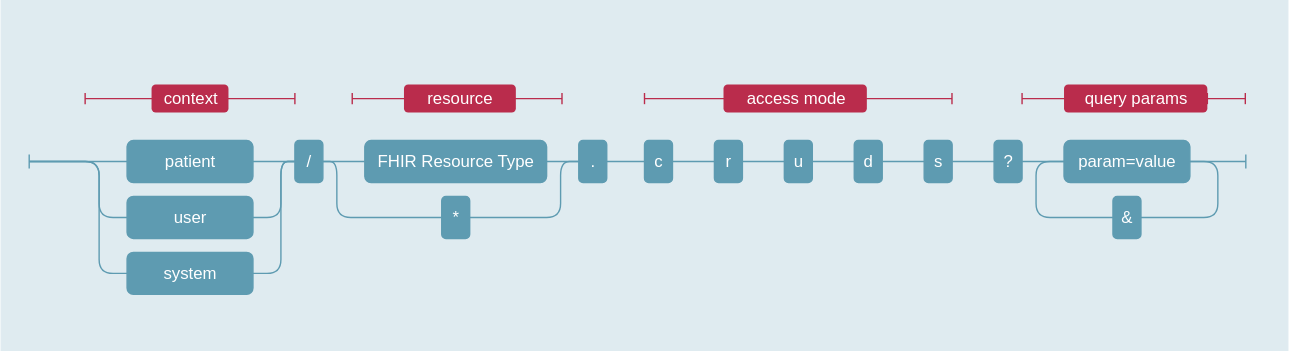
Before: input/images/smart_scopes_structure.svg, a diagram exported from draw.io (gematik/spec-HDDT). Source tidied: cells renumbered, new cells last; positions are measured from the earlier drawing's top-left corner, leaving out a move shared by most shapes. Its diagram source:
```xml
<mxGraphModel>
  <root>
    <mxCell id="0" />
    <mxCell id="1" parent="0" />
    <mxCell id="2" style="rounded=0;whiteSpace=wrap;html=1;fillColor=light-dark(#DFEBF0,#DFEBF0);strokeColor=#DFEBF0;" parent="1" vertex="1">
      <mxGeometry width="920" height="250" as="geometry" />
    </mxCell>
    <mxCell id="3" style="edgeStyle=orthogonalEdgeStyle;rounded=1;jettySize=auto;html=1;exitX=1;exitY=0.5;exitDx=0;exitDy=0;entryX=0;entryY=0.5;entryDx=0;entryDy=0;endArrow=none;endFill=0;strokeColor=#5E9BB1;curved=0;" parent="1" edge="1" source="5" target="14">
      <mxGeometry relative="1" as="geometry" />
    </mxCell>
    <mxCell id="4" style="edgeStyle=orthogonalEdgeStyle;rounded=1;jettySize=auto;html=1;exitX=0;exitY=0.5;exitDx=0;exitDy=0;entryX=1;entryY=0.5;entryDx=0;entryDy=0;endArrow=none;endFill=0;strokeColor=#5E9BB1;curved=0;" parent="1" edge="1" source="5">
      <mxGeometry relative="1" as="geometry">
        <mxPoint x="20" y="115" as="targetPoint" />
      </mxGeometry>
    </mxCell>
    <mxCell id="5" value="patient" style="rounded=1;whiteSpace=wrap;html=1;fillColor=light-dark(#5E9BB1,#5E9BB1);strokeColor=#5E9BB1;fontColor=#FFFFFF;" parent="1" vertex="1">
      <mxGeometry x="90" y="100" width="90" height="30" as="geometry" />
    </mxCell>
    <mxCell id="6" style="edgeStyle=orthogonalEdgeStyle;rounded=1;jettySize=auto;html=1;exitX=0;exitY=0.5;exitDx=0;exitDy=0;entryX=1;entryY=0.5;entryDx=0;entryDy=0;endArrow=none;endFill=0;strokeColor=#5E9BB1;curved=0;" parent="1" edge="1" source="8">
      <mxGeometry relative="1" as="geometry">
        <mxPoint x="20" y="115" as="targetPoint" />
        <Array as="points">
          <mxPoint x="70" y="155" />
          <mxPoint x="70" y="115" />
        </Array>
      </mxGeometry>
    </mxCell>
    <mxCell id="7" style="edgeStyle=orthogonalEdgeStyle;rounded=1;jettySize=auto;html=1;exitX=1;exitY=0.5;exitDx=0;exitDy=0;entryX=0;entryY=0.5;entryDx=0;entryDy=0;endArrow=none;endFill=0;strokeColor=#5E9BB1;curved=0;" parent="1" edge="1" source="8" target="14">
      <mxGeometry relative="1" as="geometry">
        <Array as="points">
          <mxPoint x="200" y="155" />
          <mxPoint x="200" y="115" />
        </Array>
      </mxGeometry>
    </mxCell>
    <mxCell id="8" value="user" style="rounded=1;whiteSpace=wrap;html=1;fillColor=light-dark(#5E9BB1,#5E9BB1);strokeColor=light-dark(#5E9BB1,#5E9BB1);fontColor=#FFFFFF;" parent="1" vertex="1">
      <mxGeometry x="90" y="140" width="90" height="30" as="geometry" />
    </mxCell>
    <mxCell id="9" style="edgeStyle=orthogonalEdgeStyle;rounded=1;jettySize=auto;html=1;exitX=0;exitY=0.5;exitDx=0;exitDy=0;entryX=1;entryY=0.5;entryDx=0;entryDy=0;endArrow=none;endFill=0;strokeColor=#5E9BB1;curved=0;" parent="1" edge="1" source="11">
      <mxGeometry relative="1" as="geometry">
        <mxPoint x="20" y="115" as="targetPoint" />
        <Array as="points">
          <mxPoint x="70" y="195" />
          <mxPoint x="70" y="115" />
        </Array>
      </mxGeometry>
    </mxCell>
    <mxCell id="10" style="edgeStyle=orthogonalEdgeStyle;rounded=1;jettySize=auto;html=1;exitX=1;exitY=0.5;exitDx=0;exitDy=0;entryX=0;entryY=0.5;entryDx=0;entryDy=0;endArrow=none;endFill=0;strokeColor=#5E9BB1;curved=0;" parent="1" edge="1" source="11" target="14">
      <mxGeometry relative="1" as="geometry">
        <Array as="points">
          <mxPoint x="200" y="195" />
          <mxPoint x="200" y="115" />
        </Array>
      </mxGeometry>
    </mxCell>
    <mxCell id="11" value="system" style="rounded=1;whiteSpace=wrap;html=1;fillColor=light-dark(#5E9BB1,#5E9BB1);strokeColor=light-dark(#5E9BB1,#5E9BB1);fontColor=#FFFFFF;" parent="1" vertex="1">
      <mxGeometry x="90" y="180" width="90" height="30" as="geometry" />
    </mxCell>
    <mxCell id="12" style="edgeStyle=orthogonalEdgeStyle;rounded=1;jettySize=auto;html=1;exitX=1;exitY=0.5;exitDx=0;exitDy=0;entryX=0;entryY=0.5;entryDx=0;entryDy=0;endArrow=none;endFill=0;strokeColor=#5E9BB1;curved=0;" parent="1" edge="1" source="14" target="16">
      <mxGeometry relative="1" as="geometry" />
    </mxCell>
    <mxCell id="13" style="edgeStyle=orthogonalEdgeStyle;rounded=1;jettySize=auto;html=1;exitX=1;exitY=0.5;exitDx=0;exitDy=0;entryX=0;entryY=0.5;entryDx=0;entryDy=0;endArrow=none;endFill=0;strokeColor=#5E9BB1;curved=0;" parent="1" edge="1" source="14" target="36">
      <mxGeometry relative="1" as="geometry">
        <Array as="points">
          <mxPoint x="240" y="115" />
          <mxPoint x="240" y="155" />
        </Array>
      </mxGeometry>
    </mxCell>
    <mxCell id="14" value="/" style="rounded=1;whiteSpace=wrap;html=1;fillColor=light-dark(#5E9BB1,#5E9BB1);strokeColor=light-dark(#5E9BB1,#5E9BB1);fontColor=#FFFFFF;" parent="1" vertex="1">
      <mxGeometry x="210" y="100" width="20" height="30" as="geometry" />
    </mxCell>
    <mxCell id="15" style="edgeStyle=orthogonalEdgeStyle;rounded=1;jettySize=auto;html=1;exitX=1;exitY=0.5;exitDx=0;exitDy=0;entryX=0;entryY=0.5;entryDx=0;entryDy=0;endArrow=none;endFill=0;strokeColor=#5E9BB1;curved=0;" parent="1" edge="1" source="16" target="18">
      <mxGeometry relative="1" as="geometry" />
    </mxCell>
    <mxCell id="16" value="FHIR Resource Type" style="rounded=1;whiteSpace=wrap;html=1;fillColor=light-dark(#5E9BB1,#5E9BB1);strokeColor=light-dark(#5E9BB1,#5E9BB1);fontColor=#FFFFFF;" parent="1" vertex="1">
      <mxGeometry x="260" y="100" width="130" height="30" as="geometry" />
    </mxCell>
    <mxCell id="17" style="edgeStyle=orthogonalEdgeStyle;rounded=0;jettySize=auto;html=1;exitX=1;exitY=0.5;exitDx=0;exitDy=0;entryX=0;entryY=0.5;entryDx=0;entryDy=0;endArrow=none;endFill=0;strokeColor=#5E9BB1;" parent="1" edge="1" source="18" target="20">
      <mxGeometry relative="1" as="geometry" />
    </mxCell>
    <mxCell id="18" value="." style="rounded=1;whiteSpace=wrap;html=1;fillColor=light-dark(#5E9BB1,#5E9BB1);strokeColor=light-dark(#5E9BB1,#5E9BB1);fontColor=#FFFFFF;" parent="1" vertex="1">
      <mxGeometry x="413" y="100" width="20" height="30" as="geometry" />
    </mxCell>
    <mxCell id="19" style="edgeStyle=orthogonalEdgeStyle;rounded=0;jettySize=auto;html=1;exitX=1;exitY=0.5;exitDx=0;exitDy=0;entryX=0;entryY=0.5;entryDx=0;entryDy=0;endArrow=none;endFill=0;strokeColor=#5E9BB1;" parent="1" edge="1" source="20" target="22">
      <mxGeometry relative="1" as="geometry" />
    </mxCell>
    <mxCell id="20" value="c" style="rounded=1;whiteSpace=wrap;html=1;fillColor=light-dark(#5E9BB1,#5E9BB1);strokeColor=light-dark(#5E9BB1,#5E9BB1);fontColor=#FFFFFF;" parent="1" vertex="1">
      <mxGeometry x="460" y="100" width="20" height="30" as="geometry" />
    </mxCell>
    <mxCell id="21" style="edgeStyle=orthogonalEdgeStyle;rounded=0;jettySize=auto;html=1;exitX=1;exitY=0.5;exitDx=0;exitDy=0;entryX=0;entryY=0.5;entryDx=0;entryDy=0;endArrow=none;endFill=0;strokeColor=#5E9BB1;" parent="1" edge="1" source="22" target="24">
      <mxGeometry relative="1" as="geometry" />
    </mxCell>
    <mxCell id="22" value="r" style="rounded=1;whiteSpace=wrap;html=1;fillColor=light-dark(#5E9BB1,#5E9BB1);strokeColor=light-dark(#5E9BB1,#5E9BB1);fontColor=#FFFFFF;" parent="1" vertex="1">
      <mxGeometry x="510" y="100" width="20" height="30" as="geometry" />
    </mxCell>
    <mxCell id="23" style="edgeStyle=orthogonalEdgeStyle;rounded=0;jettySize=auto;html=1;exitX=1;exitY=0.5;exitDx=0;exitDy=0;entryX=0;entryY=0.5;entryDx=0;entryDy=0;endArrow=none;endFill=0;strokeColor=#5E9BB1;" parent="1" edge="1" source="24" target="26">
      <mxGeometry relative="1" as="geometry" />
    </mxCell>
    <mxCell id="24" value="u" style="rounded=1;whiteSpace=wrap;html=1;fillColor=light-dark(#5E9BB1,#5E9BB1);strokeColor=light-dark(#5E9BB1,#5E9BB1);fontColor=#FFFFFF;" parent="1" vertex="1">
      <mxGeometry x="560" y="100" width="20" height="30" as="geometry" />
    </mxCell>
    <mxCell id="25" style="edgeStyle=orthogonalEdgeStyle;rounded=0;jettySize=auto;html=1;exitX=1;exitY=0.5;exitDx=0;exitDy=0;entryX=0;entryY=0.5;entryDx=0;entryDy=0;endArrow=none;endFill=0;strokeColor=#5E9BB1;" parent="1" edge="1" source="26" target="28">
      <mxGeometry relative="1" as="geometry" />
    </mxCell>
    <mxCell id="26" value="d" style="rounded=1;whiteSpace=wrap;html=1;fillColor=light-dark(#5E9BB1,#5E9BB1);strokeColor=light-dark(#5E9BB1,#5E9BB1);fontColor=#FFFFFF;" parent="1" vertex="1">
      <mxGeometry x="610" y="100" width="20" height="30" as="geometry" />
    </mxCell>
    <mxCell id="27" style="edgeStyle=orthogonalEdgeStyle;rounded=0;jettySize=auto;html=1;exitX=1;exitY=0.5;exitDx=0;exitDy=0;entryX=0;entryY=0.5;entryDx=0;entryDy=0;endArrow=none;endFill=0;strokeColor=#5E9BB1;" parent="1" edge="1" source="28" target="30">
      <mxGeometry relative="1" as="geometry" />
    </mxCell>
    <mxCell id="28" value="s" style="rounded=1;whiteSpace=wrap;html=1;fillColor=light-dark(#5E9BB1,#5E9BB1);strokeColor=light-dark(#5E9BB1,#5E9BB1);fontColor=#FFFFFF;" parent="1" vertex="1">
      <mxGeometry x="660" y="100" width="20" height="30" as="geometry" />
    </mxCell>
    <mxCell id="29" style="edgeStyle=orthogonalEdgeStyle;rounded=0;jettySize=auto;html=1;exitX=1;exitY=0.5;exitDx=0;exitDy=0;entryX=0;entryY=0.5;entryDx=0;entryDy=0;strokeColor=#5E9BB1;endArrow=none;endFill=0;" parent="1" edge="1" source="30" target="32">
      <mxGeometry relative="1" as="geometry" />
    </mxCell>
    <mxCell id="30" value="?" style="rounded=1;whiteSpace=wrap;html=1;fillColor=light-dark(#5E9BB1,#5E9BB1);strokeColor=light-dark(#5E9BB1,#5E9BB1);fontColor=#FFFFFF;" parent="1" vertex="1">
      <mxGeometry x="710" y="100" width="20" height="30" as="geometry" />
    </mxCell>
    <mxCell id="31" style="edgeStyle=orthogonalEdgeStyle;rounded=1;jettySize=auto;html=1;exitX=1;exitY=0.5;exitDx=0;exitDy=0;entryX=1;entryY=0.5;entryDx=0;entryDy=0;endArrow=none;endFill=0;strokeColor=#5E9BB1;curved=0;" parent="1" edge="1" source="32" target="34">
      <mxGeometry relative="1" as="geometry" />
    </mxCell>
    <mxCell id="32" value="param=value" style="rounded=1;whiteSpace=wrap;html=1;fillColor=light-dark(#5E9BB1,#5E9BB1);strokeColor=light-dark(#5E9BB1,#5E9BB1);fontColor=#FFFFFF;" parent="1" vertex="1">
      <mxGeometry x="760" y="100" width="90" height="30" as="geometry" />
    </mxCell>
    <mxCell id="33" style="edgeStyle=orthogonalEdgeStyle;rounded=1;jettySize=auto;html=1;exitX=0;exitY=0.5;exitDx=0;exitDy=0;entryX=0;entryY=0.5;entryDx=0;entryDy=0;endArrow=none;endFill=0;strokeColor=#5E9BB1;curved=0;" parent="1" edge="1" source="34" target="32">
      <mxGeometry relative="1" as="geometry">
        <Array as="points">
          <mxPoint x="740" y="155" />
          <mxPoint x="740" y="115" />
        </Array>
      </mxGeometry>
    </mxCell>
    <mxCell id="34" value="&amp;amp;" style="rounded=1;whiteSpace=wrap;html=1;fillColor=light-dark(#5E9BB1,#5E9BB1);strokeColor=light-dark(#5E9BB1,#5E9BB1);fontColor=#FFFFFF;" parent="1" vertex="1">
      <mxGeometry x="795" y="140" width="20" height="30" as="geometry" />
    </mxCell>
    <mxCell id="35" style="edgeStyle=orthogonalEdgeStyle;rounded=1;jettySize=auto;html=1;exitX=1;exitY=0.5;exitDx=0;exitDy=0;entryX=0;entryY=0.5;entryDx=0;entryDy=0;endArrow=none;endFill=0;strokeColor=#5E9BB1;curved=0;" parent="1" edge="1" source="36" target="18">
      <mxGeometry relative="1" as="geometry">
        <Array as="points">
          <mxPoint x="400" y="155" />
          <mxPoint x="400" y="115" />
        </Array>
      </mxGeometry>
    </mxCell>
    <mxCell id="36" value="*" style="rounded=1;whiteSpace=wrap;html=1;fillColor=light-dark(#5E9BB1,#5E9BB1);strokeColor=light-dark(#5E9BB1,#5E9BB1);fontColor=#FFFFFF;" parent="1" vertex="1">
      <mxGeometry x="315" y="140" width="20" height="30" as="geometry" />
    </mxCell>
    <mxCell id="37" style="edgeStyle=orthogonalEdgeStyle;rounded=0;jettySize=auto;html=1;exitX=1;exitY=0.5;exitDx=0;exitDy=0;endArrow=none;endFill=0;strokeColor=#5E9BB1;" parent="1" edge="1" source="32">
      <mxGeometry relative="1" as="geometry">
        <mxPoint x="890" y="115" as="targetPoint" />
      </mxGeometry>
    </mxCell>
    <mxCell id="38" style="endArrow=none;html=1;rounded=0;strokeColor=#5E9BB1;" parent="1" edge="1">
      <mxGeometry relative="1" as="geometry">
        <mxPoint x="890" y="120" as="sourcePoint" />
        <mxPoint x="890" y="110" as="targetPoint" />
      </mxGeometry>
    </mxCell>
    <mxCell id="39" style="endArrow=none;html=1;rounded=0;strokeColor=#5E9BB1;" parent="1" edge="1">
      <mxGeometry relative="1" as="geometry">
        <mxPoint x="20" y="120" as="sourcePoint" />
        <mxPoint x="20" y="110" as="targetPoint" />
      </mxGeometry>
    </mxCell>
    <mxCell id="40" style="endArrow=baseDash;html=1;rounded=0;startArrow=baseDash;startFill=0;endFill=0;strokeColor=light-dark(#BA2C4C,#BA2C4C);" parent="1" edge="1">
      <mxGeometry relative="1" as="geometry">
        <mxPoint x="60" y="70" as="sourcePoint" />
        <mxPoint x="210" y="70" as="targetPoint" />
      </mxGeometry>
    </mxCell>
    <mxCell id="41" value="context" style="rounded=1;whiteSpace=wrap;html=1;strokeColor=none;fillColor=light-dark(#BA2C4C,#BA2C4C);fontColor=#FFFFFF;" parent="1" vertex="1">
      <mxGeometry x="107.5" y="60" width="55" height="20" as="geometry" />
    </mxCell>
    <mxCell id="42" style="endArrow=baseDash;html=1;rounded=0;startArrow=baseDash;startFill=0;endFill=0;strokeColor=light-dark(#BA2C4C,#BA2C4C);" parent="1" edge="1">
      <mxGeometry relative="1" as="geometry">
        <mxPoint x="251" y="70" as="sourcePoint" />
        <mxPoint x="401" y="70" as="targetPoint" />
      </mxGeometry>
    </mxCell>
    <mxCell id="43" value="resource" style="rounded=1;whiteSpace=wrap;html=1;strokeColor=none;fillColor=light-dark(#BA2C4C,#BA2C4C);fontColor=#FFFFFF;" parent="1" vertex="1">
      <mxGeometry x="288" y="60" width="80" height="20" as="geometry" />
    </mxCell>
    <mxCell id="44" style="endArrow=baseDash;html=1;rounded=0;startArrow=baseDash;startFill=0;endFill=0;strokeColor=light-dark(#BA2C4C,#BA2C4C);entryX=0.739;entryY=0.28;entryDx=0;entryDy=0;entryPerimeter=0;" parent="1" edge="1" target="2">
      <mxGeometry relative="1" as="geometry">
        <mxPoint x="460" y="70" as="sourcePoint" />
      </mxGeometry>
    </mxCell>
    <mxCell id="45" value="access mode" style="rounded=1;whiteSpace=wrap;html=1;strokeColor=none;fillColor=light-dark(#BA2C4C,#BA2C4C);fontColor=#FFFFFF;" parent="1" vertex="1">
      <mxGeometry x="516.5" y="60" width="102.5" height="20" as="geometry" />
    </mxCell>
    <mxCell id="46" style="endArrow=baseDash;html=1;rounded=0;startArrow=none;startFill=0;endFill=0;strokeColor=light-dark(#BA2C4C,#BA2C4C);entryX=0.967;entryY=0.28;entryDx=0;entryDy=0;entryPerimeter=0;" parent="1" edge="1" source="48" target="2">
      <mxGeometry relative="1" as="geometry" />
    </mxCell>
    <mxCell id="47" style="endArrow=baseDash;html=1;rounded=0;startArrow=baseDash;startFill=0;endFill=0;strokeColor=light-dark(#BA2C4C,#BA2C4C);entryX=1;entryY=0.5;entryDx=0;entryDy=0;" parent="1" edge="1" target="48">
      <mxGeometry relative="1" as="geometry">
        <mxPoint x="730" y="70" as="sourcePoint" />
      </mxGeometry>
    </mxCell>
    <mxCell id="48" value="query params" style="rounded=1;whiteSpace=wrap;html=1;strokeColor=none;fillColor=light-dark(#BA2C4C,#BA2C4C);fontColor=#FFFFFF;" parent="1" vertex="1">
      <mxGeometry x="760" y="60" width="102.5" height="20" as="geometry" />
    </mxCell>
  </root>
</mxGraphModel>
```
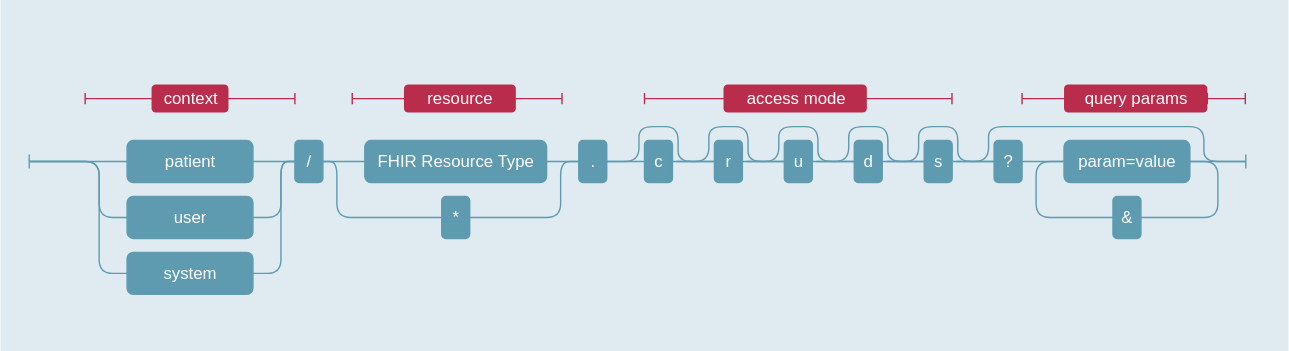
Later version of the same file.

Commit message:
fix/smart-scopes/diagram-correction (#156)

Diff of the diagram source:
```diff
@@ -79,6 +79,17 @@
     <mxCell id="17" style="edgeStyle=orthogonalEdgeStyle;rounded=0;jettySize=auto;html=1;exitX=1;exitY=0.5;exitDx=0;exitDy=0;entryX=0;entryY=0.5;entryDx=0;entryDy=0;endArrow=none;endFill=0;strokeColor=#5E9BB1;" parent="1" edge="1" source="18" target="20">
       <mxGeometry relative="1" as="geometry" />
     </mxCell>
+    <mxCell id="49" style="edgeStyle=orthogonalEdgeStyle;rounded=1;jettySize=auto;html=1;exitX=1;exitY=0.5;exitDx=0;exitDy=0;endArrow=none;endFill=0;strokeColor=#5E9BB1;curved=0;" parent="1" edge="1" source="18">
+      <mxGeometry relative="1" as="geometry">
+        <mxPoint x="510" y="115" as="targetPoint" />
+        <Array as="points">
+          <mxPoint x="456" y="115" />
+          <mxPoint x="456" y="90" />
+          <mxPoint x="484" y="90" />
+          <mxPoint x="484" y="115" />
+        </Array>
+      </mxGeometry>
+    </mxCell>
     <mxCell id="18" value="." style="rounded=1;whiteSpace=wrap;html=1;fillColor=light-dark(#5E9BB1,#5E9BB1);strokeColor=light-dark(#5E9BB1,#5E9BB1);fontColor=#FFFFFF;" parent="1" vertex="1">
       <mxGeometry x="413" y="100" width="20" height="30" as="geometry" />
     </mxCell>
@@ -200,5 +211,65 @@
     <mxCell id="48" value="query params" style="rounded=1;whiteSpace=wrap;html=1;strokeColor=none;fillColor=light-dark(#BA2C4C,#BA2C4C);fontColor=#FFFFFF;" parent="1" vertex="1">
       <mxGeometry x="760" y="60" width="102.5" height="20" as="geometry" />
     </mxCell>
+    <mxCell id="50" style="edgeStyle=orthogonalEdgeStyle;rounded=1;orthogonalLoop=1;jettySize=auto;html=1;exitX=1;exitY=0.5;exitDx=0;exitDy=0;endArrow=none;endFill=0;strokeColor=#5E9BB1;curved=0;" parent="1" edge="1">
+      <mxGeometry relative="1" as="geometry">
+        <mxPoint x="483" y="115" as="sourcePoint" />
+        <mxPoint x="560" y="115" as="targetPoint" />
+        <Array as="points">
+          <mxPoint x="506" y="115" />
+          <mxPoint x="506" y="90" />
+          <mxPoint x="534" y="90" />
+          <mxPoint x="534" y="115" />
+        </Array>
+      </mxGeometry>
+    </mxCell>
+    <mxCell id="51" style="edgeStyle=orthogonalEdgeStyle;rounded=1;orthogonalLoop=1;jettySize=auto;html=1;exitX=1;exitY=0.5;exitDx=0;exitDy=0;endArrow=none;endFill=0;strokeColor=#5E9BB1;curved=0;" parent="1" edge="1">
+      <mxGeometry relative="1" as="geometry">
+        <mxPoint x="533" y="115" as="sourcePoint" />
+        <mxPoint x="610" y="115" as="targetPoint" />
+        <Array as="points">
+          <mxPoint x="556" y="115" />
+          <mxPoint x="556" y="90" />
+          <mxPoint x="584" y="90" />
+          <mxPoint x="584" y="115" />
+        </Array>
+      </mxGeometry>
+    </mxCell>
+    <mxCell id="52" style="edgeStyle=orthogonalEdgeStyle;rounded=1;orthogonalLoop=1;jettySize=auto;html=1;exitX=1;exitY=0.5;exitDx=0;exitDy=0;endArrow=none;endFill=0;strokeColor=#5E9BB1;curved=0;" parent="1" edge="1">
+      <mxGeometry relative="1" as="geometry">
+        <mxPoint x="583" y="115" as="sourcePoint" />
+        <mxPoint x="660" y="115" as="targetPoint" />
+        <Array as="points">
+          <mxPoint x="606" y="115" />
+          <mxPoint x="606" y="90" />
+          <mxPoint x="634" y="90" />
+          <mxPoint x="634" y="115" />
+        </Array>
+      </mxGeometry>
+    </mxCell>
+    <mxCell id="53" style="edgeStyle=orthogonalEdgeStyle;rounded=1;orthogonalLoop=1;jettySize=auto;html=1;exitX=1;exitY=0.5;exitDx=0;exitDy=0;endArrow=none;endFill=0;strokeColor=#5E9BB1;curved=0;" parent="1" edge="1">
+      <mxGeometry relative="1" as="geometry">
+        <mxPoint x="633" y="115" as="sourcePoint" />
+        <mxPoint x="710" y="115" as="targetPoint" />
+        <Array as="points">
+          <mxPoint x="656" y="115" />
+          <mxPoint x="656" y="90" />
+          <mxPoint x="684" y="90" />
+          <mxPoint x="684" y="115" />
+        </Array>
+      </mxGeometry>
+    </mxCell>
+    <mxCell id="54" style="edgeStyle=orthogonalEdgeStyle;rounded=1;orthogonalLoop=1;jettySize=auto;html=1;exitX=1;exitY=0.5;exitDx=0;exitDy=0;endArrow=none;endFill=0;strokeColor=#5E9BB1;curved=0;" parent="1" edge="1">
+      <mxGeometry relative="1" as="geometry">
+        <mxPoint x="683" y="115" as="sourcePoint" />
+        <mxPoint x="890" y="115" as="targetPoint" />
+        <Array as="points">
+          <mxPoint x="706" y="115" />
+          <mxPoint x="706" y="90" />
+          <mxPoint x="860" y="90" />
+          <mxPoint x="860" y="115" />
+        </Array>
+      </mxGeometry>
+    </mxCell>
   </root>
 </mxGraphModel>
```
